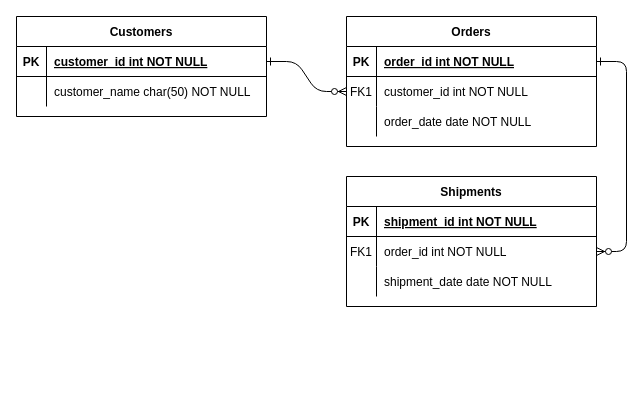
This is mecanica/Untitled Diagram.drawio from kibalion2427/architecture, a draw.io file, before an edit. Source tidied: cells renumbered, new cells numbered last; positions are measured from the earlier drawing's top-left corner, leaving out a move shared by most shapes. Both pictures are drawn from the tidied source at 100%, with x=0, y=0 at pixel (16, 16).
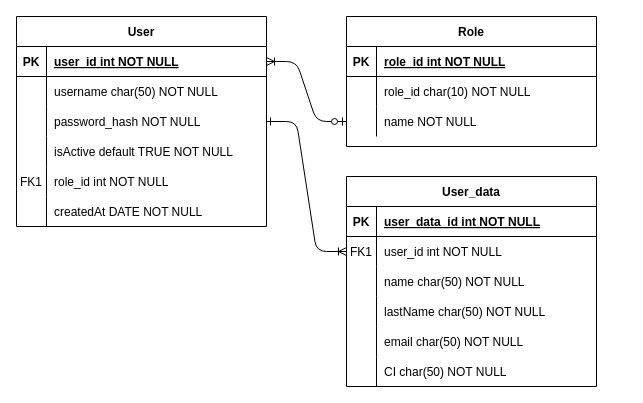
Above is the later version.

Unchanged cells that the change refers to:
```xml
<mxCell id="5" style="shape=partialRectangle;fillColor=none;points=[[0,0.5],[1,0.5]];portConstraint=eastwest;top=0;left=0;right=0;bottom=1;" parent="4" vertex="1">
  <mxGeometry y="30" width="250" height="30" as="geometry" />
</mxCell>
<mxCell id="15" style="shape=partialRectangle;fillColor=none;top=0;left=0;right=0;bottom=1;" parent="14" vertex="1">
  <mxGeometry y="30" width="250" height="30" as="geometry" />
</mxCell>
<mxCell id="18" style="shape=partialRectangle;fillColor=none;points=[[0,0.5],[1,0.5]];portConstraint=eastwest;top=0;left=0;right=0;bottom=0;" parent="14" vertex="1">
  <mxGeometry y="60" width="250" height="30" as="geometry" />
</mxCell>
<mxCell id="21" style="shape=partialRectangle;fillColor=none;top=0;left=0;right=0;bottom=0;" parent="14" vertex="1">
  <mxGeometry y="90" width="250" height="30" as="geometry" />
</mxCell>
<mxCell id="25" style="shape=partialRectangle;fillColor=none;points=[[0,0.5],[1,0.5]];portConstraint=eastwest;top=0;left=0;right=0;bottom=1;" parent="24" vertex="1">
  <mxGeometry y="30" width="250" height="30" as="geometry" />
</mxCell>
<mxCell id="28" style="shape=partialRectangle;fillColor=none;top=0;left=0;right=0;bottom=0;" parent="24" vertex="1">
  <mxGeometry y="60" width="250" height="30" as="geometry" />
</mxCell>
```

The edit, as a diff of the source:
```diff
@@
-    <mxCell id="2" style="edgeStyle=entityRelationEdgeStyle;endArrow=ERzeroToMany;startArrow=ERone;endFill=1;startFill=0;" parent="1" edge="1" source="25" target="8">
+    <mxCell id="2" style="edgeStyle=entityRelationEdgeStyle;endArrow=ERzeroToOne;startArrow=ERoneToMany;endFill=1;startFill=0;" parent="1" edge="1" source="25" target="8">
       <mxGeometry relative="1" as="geometry" />
     </mxCell>
-    <mxCell id="3" style="edgeStyle=entityRelationEdgeStyle;endArrow=ERzeroToMany;startArrow=ERone;endFill=1;startFill=0;" parent="1" edge="1" source="5" target="18">
+    <mxCell id="3" style="edgeStyle=entityRelationEdgeStyle;endArrow=ERoneToMany;startArrow=ERone;endFill=0;startFill=0;" parent="1" edge="1" source="24" target="18">
       <mxGeometry relative="1" as="geometry" />
     </mxCell>
-    <mxCell id="4" value="Orders" style="shape=table;startSize=30;childLayout=tableLayout;rowLines=0;fontStyle=1;align=center;" parent="1" vertex="1">
+    <mxCell id="4" value="Role" style="shape=table;startSize=30;childLayout=tableLayout;rowLines=0;fontStyle=1;align=center;" parent="1" vertex="1">
       <mxGeometry x="330" width="250" height="130" as="geometry" />
     </mxCell>
@@
-    <mxCell id="7" value="order_id int NOT NULL " style="shape=partialRectangle;overflow=hidden;fillColor=none;top=0;left=0;bottom=0;right=0;align=left;spacingLeft=6;fontStyle=5;" parent="5" vertex="1">
+    <mxCell id="7" value="role_id int NOT NULL " style="shape=partialRectangle;overflow=hidden;fillColor=none;top=0;left=0;bottom=0;right=0;align=left;spacingLeft=6;fontStyle=5;" parent="5" vertex="1">
       <mxGeometry x="30" width="220" height="30" as="geometry" />
     </mxCell>
+    <mxCell id="11" style="shape=partialRectangle;fillColor=none;top=0;left=0;right=0;bottom=0;" parent="4" vertex="1">
+      <mxGeometry y="60" width="250" height="30" as="geometry" />
+    </mxCell>
+    <mxCell id="12" style="shape=partialRectangle;overflow=hidden;fillColor=none;top=0;left=0;bottom=0;right=0;" parent="11" vertex="1">
+      <mxGeometry width="30" height="30" as="geometry" />
+    </mxCell>
+    <mxCell id="13" value="role_id char(10) NOT NULL" style="shape=partialRectangle;overflow=hidden;fillColor=none;top=0;left=0;bottom=0;right=0;align=left;spacingLeft=6;" parent="11" vertex="1">
+      <mxGeometry x="30" width="220" height="30" as="geometry" />
+    </mxCell>
     <mxCell id="8" style="shape=partialRectangle;fillColor=none;points=[[0,0.5],[1,0.5]];portConstraint=eastwest;top=0;left=0;right=0;bottom=0;" parent="4" vertex="1">
-      <mxGeometry y="60" width="250" height="30" as="geometry" />
+      <mxGeometry y="90" width="250" height="30" as="geometry" />
     </mxCell>
-    <mxCell id="9" value="FK1" style="shape=partialRectangle;overflow=hidden;fillColor=none;top=0;left=0;bottom=0;right=0;" parent="8" vertex="1">
+    <mxCell id="9" style="shape=partialRectangle;overflow=hidden;fillColor=none;top=0;left=0;bottom=0;right=0;" parent="8" vertex="1">
       <mxGeometry width="30" height="30" as="geometry" />
     </mxCell>
-    <mxCell id="10" value="customer_id int NOT NULL" style="shape=partialRectangle;overflow=hidden;fillColor=none;top=0;left=0;bottom=0;right=0;align=left;spacingLeft=6;" parent="8" vertex="1">
+    <mxCell id="10" value="name NOT NULL" style="shape=partialRectangle;overflow=hidden;fillColor=none;top=0;left=0;bottom=0;right=0;align=left;spacingLeft=6;" parent="8" vertex="1">
       <mxGeometry x="30" width="220" height="30" as="geometry" />
     </mxCell>
-    <mxCell id="11" style="shape=partialRectangle;fillColor=none;top=0;left=0;right=0;bottom=0;" parent="4" vertex="1">
-      <mxGeometry y="90" width="250" height="30" as="geometry" />
-    </mxCell>
-    <mxCell id="12" style="shape=partialRectangle;overflow=hidden;fillColor=none;top=0;left=0;bottom=0;right=0;" parent="11" vertex="1">
-      <mxGeometry width="30" height="30" as="geometry" />
-    </mxCell>
-    <mxCell id="13" value="order_date date NOT NULL" style="shape=partialRectangle;overflow=hidden;fillColor=none;top=0;left=0;bottom=0;right=0;align=left;spacingLeft=6;" parent="11" vertex="1">
-      <mxGeometry x="30" width="220" height="30" as="geometry" />
-    </mxCell>
-    <mxCell id="14" value="Shipments" style="shape=table;startSize=30;childLayout=tableLayout;rowLines=0;fontStyle=1;align=center;" parent="1" vertex="1">
-      <mxGeometry x="330" y="160" width="250" height="130" as="geometry" />
+    <mxCell id="14" value="User_data" style="shape=table;startSize=30;childLayout=tableLayout;rowLines=0;fontStyle=1;align=center;" parent="1" vertex="1">
+      <mxGeometry x="330" y="160" width="250" height="210" as="geometry" />
     </mxCell>
@@
-    <mxCell id="17" value="shipment_id int NOT NULL " style="shape=partialRectangle;overflow=hidden;fillColor=none;top=0;left=0;bottom=0;right=0;align=left;spacingLeft=6;fontStyle=5;" parent="15" vertex="1">
+    <mxCell id="17" value="user_data_id int NOT NULL " style="shape=partialRectangle;overflow=hidden;fillColor=none;top=0;left=0;bottom=0;right=0;align=left;spacingLeft=6;fontStyle=5;" parent="15" vertex="1">
       <mxGeometry x="30" width="220" height="30" as="geometry" />
     </mxCell>
@@
-    <mxCell id="20" value="order_id int NOT NULL" style="shape=partialRectangle;overflow=hidden;fillColor=none;top=0;left=0;bottom=0;right=0;align=left;spacingLeft=6;" parent="18" vertex="1">
+    <mxCell id="20" value="user_id int NOT NULL" style="shape=partialRectangle;overflow=hidden;fillColor=none;top=0;left=0;bottom=0;right=0;align=left;spacingLeft=6;" parent="18" vertex="1">
       <mxGeometry x="30" width="220" height="30" as="geometry" />
     </mxCell>
@@
-    <mxCell id="23" value="shipment_date date NOT NULL" style="shape=partialRectangle;overflow=hidden;fillColor=none;top=0;left=0;bottom=0;right=0;align=left;spacingLeft=6;" parent="21" vertex="1">
+    <mxCell id="23" value="name char(50) NOT NULL" style="shape=partialRectangle;overflow=hidden;fillColor=none;top=0;left=0;bottom=0;right=0;align=left;spacingLeft=6;" parent="21" vertex="1">
       <mxGeometry x="30" width="220" height="30" as="geometry" />
     </mxCell>
+    <mxCell id="31" style="shape=partialRectangle;fillColor=none;top=0;left=0;right=0;bottom=0;" parent="14" vertex="1">
+      <mxGeometry y="120" width="250" height="30" as="geometry" />
+    </mxCell>
+    <mxCell id="32" style="shape=partialRectangle;overflow=hidden;fillColor=none;top=0;left=0;bottom=0;right=0;" parent="31" vertex="1">
+      <mxGeometry width="30" height="30" as="geometry" />
+    </mxCell>
+    <mxCell id="33" value="lastName char(50) NOT NULL" style="shape=partialRectangle;overflow=hidden;fillColor=none;top=0;left=0;bottom=0;right=0;align=left;spacingLeft=6;" parent="31" vertex="1">
+      <mxGeometry x="30" width="220" height="30" as="geometry" />
+    </mxCell>
+    <mxCell id="34" style="shape=partialRectangle;fillColor=none;top=0;left=0;right=0;bottom=0;" parent="14" vertex="1">
+      <mxGeometry y="150" width="250" height="30" as="geometry" />
+    </mxCell>
+    <mxCell id="35" style="shape=partialRectangle;overflow=hidden;fillColor=none;top=0;left=0;bottom=0;right=0;" parent="34" vertex="1">
+      <mxGeometry width="30" height="30" as="geometry" />
+    </mxCell>
+    <mxCell id="36" value="email char(50) NOT NULL" style="shape=partialRectangle;overflow=hidden;fillColor=none;top=0;left=0;bottom=0;right=0;align=left;spacingLeft=6;" parent="34" vertex="1">
+      <mxGeometry x="30" width="220" height="30" as="geometry" />
+    </mxCell>
+    <mxCell id="37" style="shape=partialRectangle;fillColor=none;top=0;left=0;right=0;bottom=0;" parent="14" vertex="1">
+      <mxGeometry y="180" width="250" height="30" as="geometry" />
+    </mxCell>
+    <mxCell id="38" style="shape=partialRectangle;overflow=hidden;fillColor=none;top=0;left=0;bottom=0;right=0;" parent="37" vertex="1">
+      <mxGeometry width="30" height="30" as="geometry" />
+    </mxCell>
+    <mxCell id="39" value="CI char(50) NOT NULL" style="shape=partialRectangle;overflow=hidden;fillColor=none;top=0;left=0;bottom=0;right=0;align=left;spacingLeft=6;" parent="37" vertex="1">
+      <mxGeometry x="30" width="220" height="30" as="geometry" />
+    </mxCell>
-    <mxCell id="24" value="Customers" style="shape=table;startSize=30;childLayout=tableLayout;rowLines=0;fontStyle=1;align=center;" parent="1" vertex="1">
-      <mxGeometry width="250" height="100" as="geometry" />
+    <mxCell id="24" value="User" style="shape=table;startSize=30;childLayout=tableLayout;rowLines=0;fontStyle=1;align=center;" parent="1" vertex="1">
+      <mxGeometry width="250" height="210" as="geometry" />
     </mxCell>
@@
-    <mxCell id="27" value="customer_id int NOT NULL " style="shape=partialRectangle;overflow=hidden;fillColor=none;top=0;left=0;bottom=0;right=0;align=left;spacingLeft=6;fontStyle=5;" parent="25" vertex="1">
+    <mxCell id="27" value="user_id int NOT NULL " style="shape=partialRectangle;overflow=hidden;fillColor=none;top=0;left=0;bottom=0;right=0;align=left;spacingLeft=6;fontStyle=5;" parent="25" vertex="1">
       <mxGeometry x="30" width="220" height="30" as="geometry" />
     </mxCell>
@@
-    <mxCell id="30" value="customer_name char(50) NOT NULL" style="shape=partialRectangle;overflow=hidden;fillColor=none;top=0;left=0;bottom=0;right=0;align=left;spacingLeft=6;" parent="28" vertex="1">
+    <mxCell id="30" value="username char(50) NOT NULL" style="shape=partialRectangle;overflow=hidden;fillColor=none;top=0;left=0;bottom=0;right=0;align=left;spacingLeft=6;" parent="28" vertex="1">
       <mxGeometry x="30" width="220" height="30" as="geometry" />
     </mxCell>
+    <mxCell id="40" style="shape=partialRectangle;fillColor=none;top=0;left=0;right=0;bottom=0;" parent="24" vertex="1">
+      <mxGeometry y="90" width="250" height="30" as="geometry" />
+    </mxCell>
+    <mxCell id="41" style="shape=partialRectangle;overflow=hidden;fillColor=none;top=0;left=0;bottom=0;right=0;" parent="40" vertex="1">
+      <mxGeometry width="30" height="30" as="geometry" />
+    </mxCell>
+    <mxCell id="42" value="password_hash NOT NULL" style="shape=partialRectangle;overflow=hidden;fillColor=none;top=0;left=0;bottom=0;right=0;align=left;spacingLeft=6;" parent="40" vertex="1">
+      <mxGeometry x="30" width="220" height="30" as="geometry" />
+    </mxCell>
+    <mxCell id="43" style="shape=partialRectangle;fillColor=none;top=0;left=0;right=0;bottom=0;" parent="24" vertex="1">
+      <mxGeometry y="120" width="250" height="30" as="geometry" />
+    </mxCell>
+    <mxCell id="44" style="shape=partialRectangle;overflow=hidden;fillColor=none;top=0;left=0;bottom=0;right=0;" parent="43" vertex="1">
+      <mxGeometry width="30" height="30" as="geometry" />
+    </mxCell>
+    <mxCell id="45" value="isActive default TRUE NOT NULL" style="shape=partialRectangle;overflow=hidden;fillColor=none;top=0;left=0;bottom=0;right=0;align=left;spacingLeft=6;" parent="43" vertex="1">
+      <mxGeometry x="30" width="220" height="30" as="geometry" />
+    </mxCell>
+    <mxCell id="46" style="shape=partialRectangle;fillColor=none;top=0;left=0;right=0;bottom=0;" parent="24" vertex="1">
+      <mxGeometry y="150" width="250" height="30" as="geometry" />
+    </mxCell>
+    <mxCell id="47" value="FK1" style="shape=partialRectangle;overflow=hidden;fillColor=none;top=0;left=0;bottom=0;right=0;" parent="46" vertex="1">
+      <mxGeometry width="30" height="30" as="geometry" />
+    </mxCell>
+    <mxCell id="48" value="role_id int NOT NULL" style="shape=partialRectangle;overflow=hidden;fillColor=none;top=0;left=0;bottom=0;right=0;align=left;spacingLeft=6;" parent="46" vertex="1">
+      <mxGeometry x="30" width="220" height="30" as="geometry" />
+    </mxCell>
+    <mxCell id="49" style="shape=partialRectangle;fillColor=none;top=0;left=0;right=0;bottom=0;" parent="24" vertex="1">
+      <mxGeometry y="180" width="250" height="30" as="geometry" />
+    </mxCell>
+    <mxCell id="50" style="shape=partialRectangle;overflow=hidden;fillColor=none;top=0;left=0;bottom=0;right=0;" parent="49" vertex="1">
+      <mxGeometry width="30" height="30" as="geometry" />
+    </mxCell>
+    <mxCell id="51" value="createdAt DATE NOT NULL" style="shape=partialRectangle;overflow=hidden;fillColor=none;top=0;left=0;bottom=0;right=0;align=left;spacingLeft=6;" parent="49" vertex="1">
+      <mxGeometry x="30" width="220" height="30" as="geometry" />
+    </mxCell>
```
